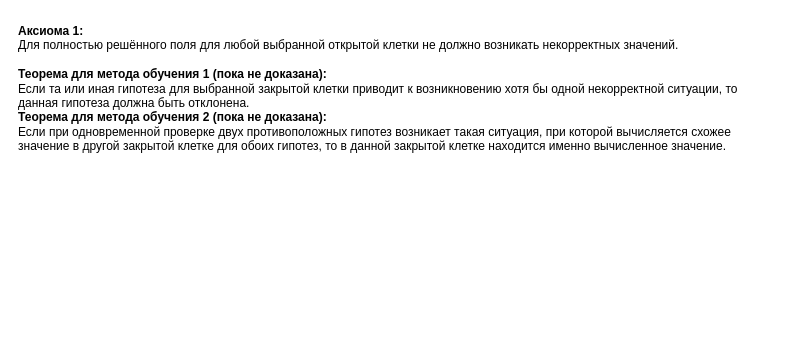
xex238/Diploma_2022 keeps this draw.io diagram as page "Теория" (3 of 13) of docs/Сапёр. Описание работы.drawio. Above is the earlier version. Source tidied: cells renumbered, new cells numbered last; positions are measured from the earlier drawing's top-left corner, leaving out a move shared by most shapes. Both pictures are drawn from the tidied source at 100%, with x=0, y=0 at pixel (17, 17).
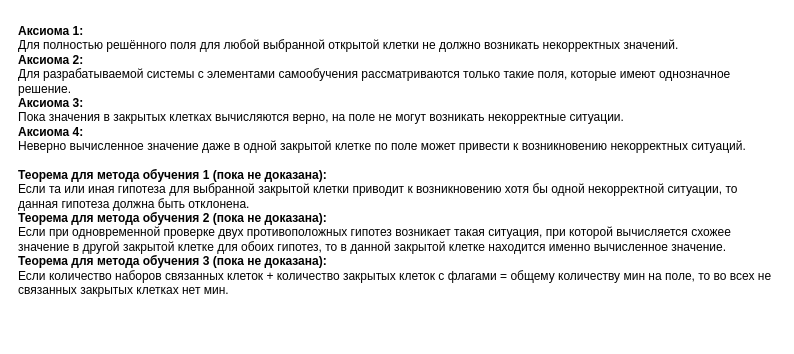
After the change.

The edit, as a diff of the source:
```diff
@@
 <mxGraphModel>
   <root>
     <mxCell id="0" />
     <mxCell id="1" parent="0" />
-    <mxCell id="2" value="&lt;div style=&quot;text-align: left&quot;&gt;&lt;span&gt;&lt;b&gt;Аксиома 1:&lt;/b&gt;&lt;/span&gt;&lt;/div&gt;&lt;div style=&quot;text-align: left&quot;&gt;&lt;span&gt;Для полностью решённого поля для любой выбранной открытой клетки не должно возникать некорректных значений.&lt;/span&gt;&lt;/div&gt;&lt;div style=&quot;text-align: left&quot;&gt;&lt;span&gt;&lt;br&gt;&lt;/span&gt;&lt;/div&gt;&lt;div style=&quot;text-align: left&quot;&gt;&lt;span&gt;&lt;b&gt;Теорема для метода обучения 1 (пока не доказана):&lt;/b&gt;&lt;/span&gt;&lt;/div&gt;&lt;div style=&quot;text-align: left&quot;&gt;&lt;span&gt;Если та или иная гипотеза для выбранной закрытой клетки приводит к возникновению хотя бы одной некорректной ситуации, то данная гипотеза должна быть отклонена.&lt;/span&gt;&lt;/div&gt;&lt;div style=&quot;text-align: left&quot;&gt;&lt;span&gt;&lt;b&gt;Теорема для метода обучения 2 (пока не доказана):&lt;/b&gt;&lt;/span&gt;&lt;/div&gt;&lt;div style=&quot;text-align: left&quot;&gt;&lt;span&gt;Если при одновременной проверке двух противоположных гипотез возникает такая ситуация, при которой вычисляется схожее значение в другой закрытой клетке для обоих гипотез, то в данной закрытой клетке находится именно вычисленное значение.&lt;/span&gt;&lt;/div&gt;" style="text;html=1;strokeColor=none;fillColor=none;align=center;verticalAlign=top;whiteSpace=wrap;rounded=0;" parent="1" vertex="1">
+    <mxCell id="2" value="&lt;div style=&quot;text-align: left&quot;&gt;&lt;span&gt;&lt;b&gt;Аксиома 1:&lt;/b&gt;&lt;/span&gt;&lt;/div&gt;&lt;div style=&quot;text-align: left&quot;&gt;&lt;span&gt;Для полностью решённого поля для любой выбранной открытой клетки не должно возникать некорректных значений.&lt;/span&gt;&lt;/div&gt;&lt;div style=&quot;text-align: left&quot;&gt;&lt;b&gt;Аксиома 2:&lt;/b&gt;&lt;/div&gt;&lt;div style=&quot;text-align: left&quot;&gt;Для разрабатываемой системы с элементами самообучения рассматриваются только такие поля, которые имеют однозначное решение.&lt;/div&gt;&lt;div style=&quot;text-align: left&quot;&gt;&lt;b&gt;Аксиома 3:&lt;/b&gt;&lt;/div&gt;&lt;div style=&quot;text-align: left&quot;&gt;Пока значения в закрытых клетках вычисляются верно, на поле не могут возникать некорректные ситуации.&lt;/div&gt;&lt;div style=&quot;text-align: left&quot;&gt;&lt;b&gt;Аксиома 4:&lt;/b&gt;&lt;/div&gt;&lt;div style=&quot;text-align: left&quot;&gt;Неверно вычисленное значение даже в одной закрытой клетке по поле может привести к возникновению некорректных ситуаций.&lt;/div&gt;&lt;div style=&quot;text-align: left&quot;&gt;&lt;span&gt;&lt;br&gt;&lt;/span&gt;&lt;/div&gt;&lt;div style=&quot;text-align: left&quot;&gt;&lt;span&gt;&lt;b&gt;Теорема для метода обучения 1 (пока не доказана):&lt;/b&gt;&lt;/span&gt;&lt;/div&gt;&lt;div style=&quot;text-align: left&quot;&gt;&lt;span&gt;Если та или иная гипотеза для выбранной закрытой клетки приводит к возникновению хотя бы одной некорректной ситуации, то данная гипотеза должна быть отклонена.&lt;/span&gt;&lt;/div&gt;&lt;div style=&quot;text-align: left&quot;&gt;&lt;span&gt;&lt;b&gt;Теорема для метода обучения 2 (пока не доказана):&lt;/b&gt;&lt;/span&gt;&lt;/div&gt;&lt;div style=&quot;text-align: left&quot;&gt;&lt;span&gt;Если при одновременной проверке двух противоположных гипотез возникает такая ситуация, при которой вычисляется схожее значение в другой закрытой клетке для обоих гипотез, то в данной закрытой клетке находится именно вычисленное значение.&lt;/span&gt;&lt;/div&gt;&lt;div style=&quot;text-align: left&quot;&gt;&lt;span&gt;&lt;b&gt;Теорема для метода обучения 3 (пока не доказана):&lt;/b&gt;&lt;/span&gt;&lt;/div&gt;&lt;div style=&quot;text-align: left&quot;&gt;&lt;span&gt;Если количество наборов связанных клеток + количество закрытых клеток с флагами = общему количеству мин на поле, то во всех не связанных закрытых клетках нет мин.&lt;/span&gt;&lt;/div&gt;" style="text;html=1;strokeColor=none;fillColor=none;align=center;verticalAlign=top;whiteSpace=wrap;rounded=0;" parent="1" vertex="1">
       <mxGeometry width="760" height="320" as="geometry" />
     </mxCell>
   </root>
 </mxGraphModel>
```
